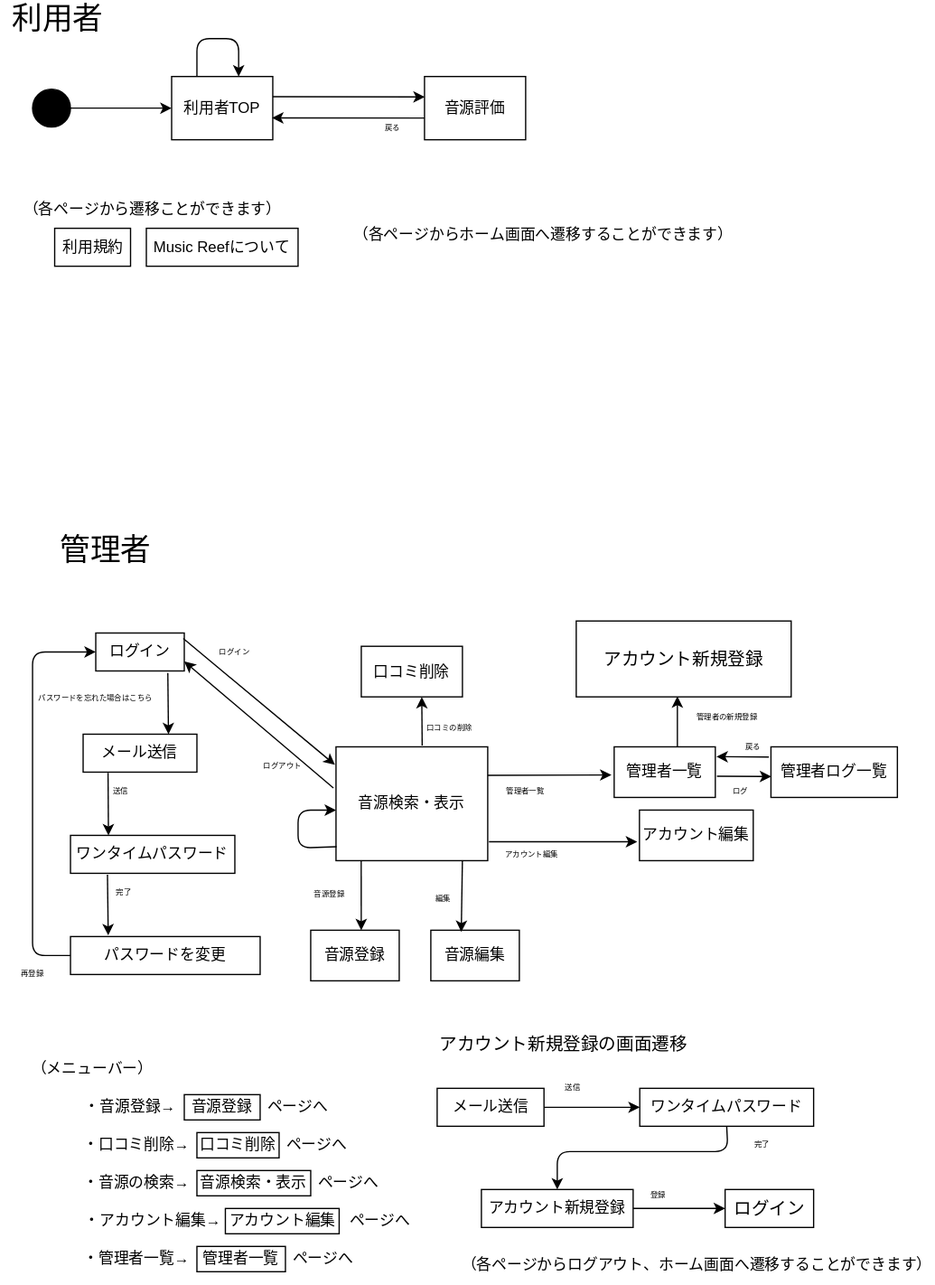
Above: ab.drawio.svg in IshiYoshi765/uml-introduction (draw.io), before the change. Source tidied: cells renumbered, new cells last; positions are measured from the earlier drawing's top-left corner, leaving out a move shared by most shapes.
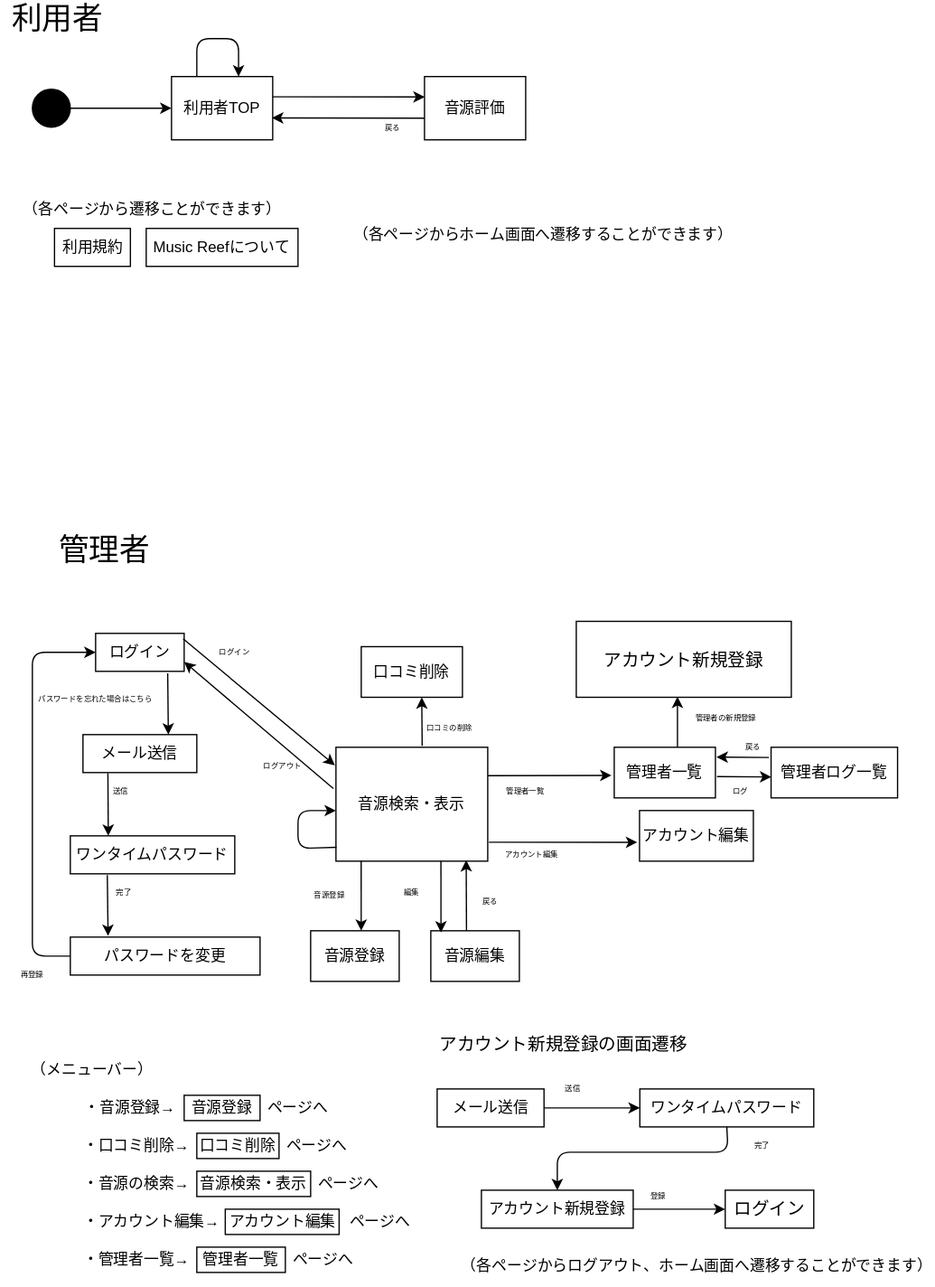
The same file after the commit.

The edit, as a diff of the source:
```diff
@@ -106,8 +106,10 @@
     <mxCell id="34" style="endArrow=classic;html=1;fontSize=6;exitX=0.166;exitY=1;exitDx=0;exitDy=0;exitPerimeter=0;entryX=0.571;entryY=0;entryDx=0;entryDy=0;entryPerimeter=0;" parent="1" edge="1" source="11" target="12">
       <mxGeometry relative="1" as="geometry" />
     </mxCell>
-    <mxCell id="35" style="endArrow=classic;html=1;fontSize=6;exitX=0.833;exitY=1;exitDx=0;exitDy=0;exitPerimeter=0;entryX=0.344;entryY=0.035;entryDx=0;entryDy=0;entryPerimeter=0;" parent="1" edge="1" source="11" target="17">
-      <mxGeometry relative="1" as="geometry" />
+    <mxCell id="35" style="endArrow=classic;html=1;fontSize=6;entryX=0.115;entryY=0.035;entryDx=0;entryDy=0;entryPerimeter=0;" parent="1" edge="1" target="17">
+      <mxGeometry relative="1" as="geometry">
+        <mxPoint x="348" y="680" as="sourcePoint" />
+      </mxGeometry>
     </mxCell>
     <mxCell id="36" style="endArrow=classic;html=1;fontSize=6;entryX=0.598;entryY=1.002;entryDx=0;entryDy=0;entryPerimeter=0;exitX=0.568;exitY=-0.012;exitDx=0;exitDy=0;exitPerimeter=0;" parent="1" edge="1" source="11" target="13">
       <mxGeometry relative="1" as="geometry" />
@@ -128,7 +130,7 @@
       <mxGeometry x="235" y="690" width="50" height="30" as="geometry" />
     </mxCell>
     <mxCell id="42" value="編集" style="text;html=1;strokeColor=none;fillColor=none;align=center;verticalAlign=middle;whiteSpace=wrap;rounded=0;fontSize=6;" parent="1" vertex="1">
-      <mxGeometry x="330" y="700" width="40" height="20" as="geometry" />
+      <mxGeometry x="305" y="695" width="40" height="20" as="geometry" />
     </mxCell>
     <mxCell id="43" value="アカウント編集" style="text;html=1;strokeColor=none;fillColor=none;align=center;verticalAlign=middle;whiteSpace=wrap;rounded=0;fontSize=6;" parent="1" vertex="1">
       <mxGeometry x="380" y="660" width="80" height="30" as="geometry" />
@@ -277,5 +279,11 @@
     <mxCell id="84" value="アカウント新規登録" style="rounded=0;whiteSpace=wrap;html=1;fontSize=14;" parent="1" vertex="1">
       <mxGeometry x="455" y="490.5" width="170" height="60" as="geometry" />
     </mxCell>
+    <mxCell id="85" style="endArrow=classic;html=1;entryX=0.858;entryY=0.991;entryDx=0;entryDy=0;entryPerimeter=0;exitX=0.403;exitY=0.004;exitDx=0;exitDy=0;exitPerimeter=0;" parent="1" edge="1" source="17" target="11">
+      <mxGeometry relative="1" as="geometry" />
+    </mxCell>
+    <mxCell id="86" value="&lt;font style=&quot;font-size: 6px;&quot;&gt;戻る&lt;/font&gt;" style="text;html=1;strokeColor=none;fillColor=none;align=center;verticalAlign=middle;whiteSpace=wrap;rounded=0;" parent="1" vertex="1">
+      <mxGeometry x="367.2" y="700" width="40" height="20" as="geometry" />
+    </mxCell>
   </root>
 </mxGraphModel>
```
